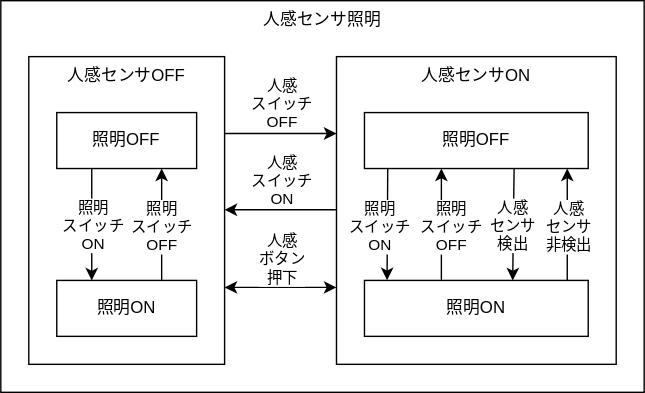
kerikun11/esp32-matter-light keeps this draw.io diagram as diagram.drawio.svg. Above is the earlier version. Source tidied: cells renumbered, new cells last; positions are measured from the earlier drawing's top-left corner, leaving out a move shared by most shapes.
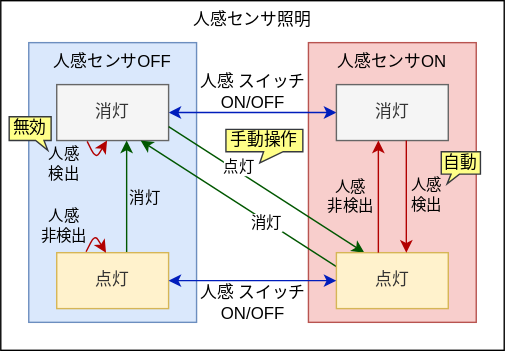
The same diagram one commit later.

The edit, as a diff of the source:
```diff
@@ -3,112 +3,127 @@
     <mxCell id="0" />
     <mxCell id="1" parent="0" />
     <mxCell id="2" value="人感センサ照明" style="rounded=0;whiteSpace=wrap;html=1;verticalAlign=top;" parent="1" vertex="1">
-      <mxGeometry width="460" height="280" as="geometry" />
+      <mxGeometry x="20" y="20" width="360" height="250" as="geometry" />
     </mxCell>
-    <mxCell id="3" style="edgeStyle=none;html=1;exitX=1;exitY=0.25;exitDx=0;exitDy=0;entryX=0;entryY=0.25;entryDx=0;entryDy=0;" parent="1" edge="1" source="7" target="10">
-      <mxGeometry relative="1" as="geometry" />
-    </mxCell>
-    <mxCell id="4" value="人感&lt;div&gt;&lt;div&gt;スイッチ&lt;/div&gt;&lt;div&gt;OFF&lt;/div&gt;&lt;/div&gt;" style="edgeLabel;html=1;align=center;verticalAlign=middle;" parent="3" vertex="1">
-      <mxGeometry x="0.27" y="-2" relative="1" as="geometry">
-        <mxPoint x="-11" y="-24" as="offset" />
-      </mxGeometry>
-    </mxCell>
-    <mxCell id="5" style="edgeStyle=none;html=1;exitX=1;exitY=0.75;exitDx=0;exitDy=0;entryX=0;entryY=0.75;entryDx=0;entryDy=0;startArrow=classic;startFill=1;" parent="1" edge="1" source="7" target="10">
-      <mxGeometry relative="1" as="geometry" />
-    </mxCell>
-    <mxCell id="6" value="&lt;span style=&quot;background-color: light-dark(#ffffff, var(--ge-dark-color, #121212));&quot;&gt;&lt;font color=&quot;#000000&quot;&gt;人感&lt;/font&gt;&lt;/span&gt;&lt;div&gt;&lt;span style=&quot;background-color: light-dark(#ffffff, var(--ge-dark-color, #121212));&quot;&gt;ボタン&lt;/span&gt;&lt;/div&gt;&lt;div&gt;&lt;span style=&quot;background-color: light-dark(#ffffff, var(--ge-dark-color, #121212));&quot;&gt;押下&lt;/span&gt;&lt;/div&gt;" style="edgeLabel;html=1;align=center;verticalAlign=middle;" parent="5" vertex="1">
-      <mxGeometry x="0.18" y="-2" relative="1" as="geometry">
-        <mxPoint x="-7" y="-23" as="offset" />
-      </mxGeometry>
-    </mxCell>
-    <mxCell id="7" value="人感センサOFF" style="rounded=0;whiteSpace=wrap;html=1;verticalAlign=top;" parent="1" vertex="1">
-      <mxGeometry x="20" y="40" width="140" height="220" as="geometry" />
+    <mxCell id="7" value="人感センサOFF" style="rounded=0;whiteSpace=wrap;html=1;verticalAlign=top;fillColor=#dae8fc;strokeColor=#6c8ebf;spacing=2;" parent="1" vertex="1">
+      <mxGeometry x="40" y="50" width="120" height="200" as="geometry" />
     </mxCell>
-    <mxCell id="8" style="edgeStyle=none;html=1;exitX=0;exitY=0.75;exitDx=0;exitDy=0;entryX=1;entryY=0.75;entryDx=0;entryDy=0;" parent="1" edge="1">
-      <mxGeometry relative="1" as="geometry">
-        <mxPoint x="240" y="149.5" as="sourcePoint" />
-        <mxPoint x="160" y="149.5" as="targetPoint" />
-      </mxGeometry>
-    </mxCell>
-    <mxCell id="9" value="人感&lt;div&gt;&lt;span style=&quot;background-color: light-dark(#ffffff, var(--ge-dark-color, #121212));&quot;&gt;スイッチ&lt;/span&gt;&lt;/div&gt;&lt;div&gt;&lt;span style=&quot;background-color: light-dark(#ffffff, var(--ge-dark-color, #121212));&quot;&gt;ON&lt;/span&gt;&lt;/div&gt;" style="edgeLabel;html=1;align=center;verticalAlign=middle;" parent="8" vertex="1">
-      <mxGeometry x="-0.01" y="1" relative="1" as="geometry">
-        <mxPoint y="-22" as="offset" />
-      </mxGeometry>
-    </mxCell>
-    <mxCell id="10" value="人感センサON" style="rounded=0;whiteSpace=wrap;html=1;verticalAlign=top;" parent="1" vertex="1">
-      <mxGeometry x="240" y="40" width="200" height="220" as="geometry" />
+    <mxCell id="10" value="人感センサON" style="rounded=0;whiteSpace=wrap;html=1;verticalAlign=top;fillColor=#f8cecc;strokeColor=#b85450;spacing=2;" parent="1" vertex="1">
+      <mxGeometry x="240" y="50" width="120" height="200" as="geometry" />
     </mxCell>
-    <mxCell id="11" style="edgeStyle=none;html=1;exitX=0.25;exitY=1;exitDx=0;exitDy=0;entryX=0.25;entryY=0;entryDx=0;entryDy=0;" parent="1" edge="1" source="13" target="16">
-      <mxGeometry relative="1" as="geometry" />
-    </mxCell>
-    <mxCell id="12" value="照明&lt;div&gt;スイッチ&lt;/div&gt;&lt;div&gt;ON&lt;/div&gt;" style="edgeLabel;html=1;align=center;verticalAlign=middle;labelBackgroundColor=#FFFFFF;" parent="11" vertex="1">
-      <mxGeometry x="-0.12" y="-5" relative="1" as="geometry">
-        <mxPoint x="5" y="5" as="offset" />
-      </mxGeometry>
-    </mxCell>
+    <mxCell id="27" style="edgeStyle=none;html=1;exitX=1;exitY=0.5;exitDx=0;exitDy=0;entryX=0;entryY=0.5;entryDx=0;entryDy=0;fillColor=#0050ef;strokeColor=#001DBC;startArrow=classic;startFill=1;" parent="1" edge="1" source="13" target="19">
+      <mxGeometry relative="1" as="geometry" />
+    </mxCell>
+    <mxCell id="28" value="&lt;span style=&quot;color: rgb(0, 0, 0); font-size: 12px;&quot;&gt;人感&lt;/span&gt;&lt;span style=&quot;font-size: 12px;&quot;&gt;スイッチ&lt;/span&gt;&lt;div style=&quot;font-size: 12px;&quot;&gt;&lt;span style=&quot;&quot;&gt;ON/OFF&lt;/span&gt;&lt;/div&gt;" style="edgeLabel;html=1;align=center;verticalAlign=middle;labelBackgroundColor=none;" parent="27" vertex="1">
+      <mxGeometry x="0.36" y="1" relative="1" as="geometry">
+        <mxPoint x="-22" y="-14" as="offset" />
+      </mxGeometry>
+    </mxCell>
-    <mxCell id="13" value="照明OFF" style="rounded=0;whiteSpace=wrap;html=1;" parent="1" vertex="1">
-      <mxGeometry x="40" y="80" width="100" height="40" as="geometry" />
+    <mxCell id="13" value="&lt;span style=&quot;color: rgb(51, 51, 51);&quot;&gt;消灯&lt;/span&gt;" style="rounded=0;whiteSpace=wrap;html=1;fillColor=#f5f5f5;fontColor=#333333;strokeColor=#666666;" parent="1" vertex="1">
+      <mxGeometry x="60" y="80" width="80" height="40" as="geometry" />
     </mxCell>
-    <mxCell id="14" style="edgeStyle=none;html=1;entryX=0.75;entryY=1;entryDx=0;entryDy=0;exitX=0.75;exitY=0;exitDx=0;exitDy=0;" parent="1" edge="1" source="16" target="13">
-      <mxGeometry relative="1" as="geometry" />
+    <mxCell id="14" style="edgeStyle=none;html=1;entryX=0.75;entryY=1;entryDx=0;entryDy=0;fillColor=#008a00;strokeColor=#005700;exitX=0.75;exitY=0;exitDx=0;exitDy=0;" parent="1" edge="1">
+      <mxGeometry relative="1" as="geometry">
+        <mxPoint x="110" y="200.2" as="sourcePoint" />
+        <mxPoint x="110" y="120" as="targetPoint" />
+      </mxGeometry>
     </mxCell>
-    <mxCell id="15" value="照明&lt;div&gt;スイッチ&lt;/div&gt;&lt;div&gt;OFF&lt;/div&gt;" style="edgeLabel;html=1;align=center;verticalAlign=middle;horizontal=1;textShadow=0;labelBackgroundColor=default;" parent="14" vertex="1">
+    <mxCell id="15" value="消灯" style="edgeLabel;html=1;align=center;verticalAlign=middle;horizontal=1;textShadow=0;labelBackgroundColor=none;" parent="14" vertex="1">
       <mxGeometry x="-0.04" y="-1" relative="1" as="geometry">
-        <mxPoint x="-2" y="-1" as="offset" />
+        <mxPoint x="12" y="-1" as="offset" />
       </mxGeometry>
     </mxCell>
-    <mxCell id="16" value="照明ON" style="rounded=0;whiteSpace=wrap;html=1;" parent="1" vertex="1">
-      <mxGeometry x="40" y="200" width="100" height="40" as="geometry" />
+    <mxCell id="16" value="&lt;span style=&quot;color: rgb(51, 51, 51);&quot;&gt;点灯&lt;/span&gt;" style="rounded=0;whiteSpace=wrap;html=1;fillColor=#fff2cc;strokeColor=#d6b656;" parent="1" vertex="1">
+      <mxGeometry x="60" y="200.2" width="80" height="40" as="geometry" />
     </mxCell>
-    <mxCell id="17" style="edgeStyle=none;html=1;exitX=0.054;exitY=1.008;exitDx=0;exitDy=0;entryX=0.051;entryY=-0.004;entryDx=0;entryDy=0;exitPerimeter=0;entryPerimeter=0;" parent="1" edge="1">
-      <mxGeometry relative="1" as="geometry">
-        <mxPoint x="276.6" y="120.3" as="sourcePoint" />
-        <mxPoint x="276.2" y="199.8" as="targetPoint" />
-      </mxGeometry>
+    <mxCell id="17" style="edgeStyle=none;html=1;exitX=1;exitY=0.75;exitDx=0;exitDy=0;entryX=0.25;entryY=0;entryDx=0;entryDy=0;fillColor=#008a00;strokeColor=#005700;" parent="1" edge="1" source="13" target="22">
+      <mxGeometry relative="1" as="geometry" />
     </mxCell>
-    <mxCell id="18" value="照明&lt;div&gt;スイッチ&lt;/div&gt;&lt;div&gt;ON&lt;/div&gt;" style="edgeLabel;html=1;align=center;verticalAlign=middle;labelBackgroundColor=default;" parent="17" vertex="1">
+    <mxCell id="18" value="点灯" style="edgeLabel;html=1;align=center;verticalAlign=middle;labelBackgroundColor=default;" parent="17" vertex="1">
       <mxGeometry x="-0.12" y="-5" relative="1" as="geometry">
-        <mxPoint x="-1" y="6" as="offset" />
+        <mxPoint x="-9" y="-15" as="offset" />
       </mxGeometry>
     </mxCell>
-    <mxCell id="19" value="照明OFF" style="rounded=0;whiteSpace=wrap;html=1;" parent="1" vertex="1">
-      <mxGeometry x="260" y="80" width="160" height="40" as="geometry" />
+    <mxCell id="19" value="消灯" style="rounded=0;whiteSpace=wrap;html=1;fillColor=#f5f5f5;fontColor=#333333;strokeColor=#666666;" parent="1" vertex="1">
+      <mxGeometry x="260" y="80" width="80" height="40" as="geometry" />
     </mxCell>
-    <mxCell id="20" style="edgeStyle=none;html=1;entryX=0.25;entryY=1;entryDx=0;entryDy=0;exitX=0.25;exitY=0;exitDx=0;exitDy=0;" parent="1" edge="1">
-      <mxGeometry relative="1" as="geometry">
-        <mxPoint x="315" y="200" as="sourcePoint" />
-        <mxPoint x="315" y="120" as="targetPoint" />
-      </mxGeometry>
+    <mxCell id="20" style="edgeStyle=none;html=1;entryX=0.75;entryY=1;entryDx=0;entryDy=0;exitX=0;exitY=0.25;exitDx=0;exitDy=0;fillColor=#008a00;strokeColor=#005700;" parent="1" edge="1" source="22" target="13">
+      <mxGeometry relative="1" as="geometry" />
     </mxCell>
-    <mxCell id="21" value="照明&lt;div&gt;スイッチ&lt;/div&gt;&lt;div&gt;OFF&lt;/div&gt;" style="edgeLabel;html=1;align=center;verticalAlign=middle;horizontal=1;textShadow=0;labelBackgroundColor=default;" parent="20" vertex="1">
+    <mxCell id="21" value="消灯" style="edgeLabel;html=1;align=center;verticalAlign=middle;horizontal=1;textShadow=0;labelBackgroundColor=default;" parent="20" vertex="1">
       <mxGeometry x="-0.04" y="-1" relative="1" as="geometry">
-        <mxPoint x="5" y="-1" as="offset" />
+        <mxPoint x="17" y="13" as="offset" />
       </mxGeometry>
     </mxCell>
-    <mxCell id="22" value="照明ON" style="rounded=0;whiteSpace=wrap;html=1;" parent="1" vertex="1">
-      <mxGeometry x="260" y="200" width="160" height="40" as="geometry" />
+    <mxCell id="22" value="&lt;span style=&quot;color: rgb(51, 51, 51);&quot;&gt;点灯&lt;/span&gt;" style="rounded=0;whiteSpace=wrap;html=1;fillColor=#fff2cc;strokeColor=#d6b656;" parent="1" vertex="1">
+      <mxGeometry x="260" y="200.2" width="80" height="40" as="geometry" />
     </mxCell>
-    <mxCell id="23" style="edgeStyle=none;html=1;exitX=0.054;exitY=1.008;exitDx=0;exitDy=0;entryX=0.051;entryY=-0.004;entryDx=0;entryDy=0;exitPerimeter=0;entryPerimeter=0;" parent="1" edge="1">
+    <mxCell id="23" style="edgeStyle=none;html=1;exitX=0.5;exitY=1;exitDx=0;exitDy=0;fillColor=#e51400;strokeColor=#B20000;entryX=0.5;entryY=0;entryDx=0;entryDy=0;" parent="1" edge="1">
       <mxGeometry relative="1" as="geometry">
-        <mxPoint x="367" y="120" as="sourcePoint" />
-        <mxPoint x="366" y="200" as="targetPoint" />
+        <mxPoint x="310" y="120" as="sourcePoint" />
+        <mxPoint x="310" y="200.2" as="targetPoint" />
       </mxGeometry>
     </mxCell>
-    <mxCell id="24" value="人感&lt;div&gt;センサ&lt;/div&gt;&lt;div&gt;検出&lt;/div&gt;" style="edgeLabel;html=1;align=center;verticalAlign=middle;labelBackgroundColor=default;" parent="23" vertex="1">
+    <mxCell id="24" value="人感&lt;div&gt;検出&lt;/div&gt;" style="edgeLabel;html=1;align=center;verticalAlign=middle;labelBackgroundColor=none;" parent="23" vertex="1">
       <mxGeometry x="-0.12" y="-5" relative="1" as="geometry">
-        <mxPoint x="4" y="6" as="offset" />
+        <mxPoint x="19" y="4" as="offset" />
       </mxGeometry>
     </mxCell>
-    <mxCell id="25" style="edgeStyle=none;html=1;entryX=0.25;entryY=1;entryDx=0;entryDy=0;exitX=0.25;exitY=0;exitDx=0;exitDy=0;" parent="1" edge="1">
+    <mxCell id="25" style="edgeStyle=none;html=1;entryX=0.75;entryY=1;entryDx=0;entryDy=0;exitX=0.75;exitY=0;exitDx=0;exitDy=0;fillColor=#e51400;strokeColor=#B20000;" parent="1" edge="1">
       <mxGeometry relative="1" as="geometry">
-        <mxPoint x="405" y="200" as="sourcePoint" />
-        <mxPoint x="405" y="120" as="targetPoint" />
+        <mxPoint x="290" y="200.2" as="sourcePoint" />
+        <mxPoint x="290" y="120" as="targetPoint" />
       </mxGeometry>
     </mxCell>
-    <mxCell id="26" value="&lt;span style=&quot;color: rgb(0, 0, 0);&quot;&gt;人感&lt;/span&gt;&lt;div&gt;センサ&lt;/div&gt;&lt;div&gt;非検出&lt;/div&gt;" style="edgeLabel;html=1;align=center;verticalAlign=middle;horizontal=1;textShadow=0;labelBackgroundColor=default;" parent="25" vertex="1">
+    <mxCell id="26" value="&lt;span style=&quot;color: rgb(0, 0, 0);&quot;&gt;人感&lt;/span&gt;&lt;div&gt;&lt;span style=&quot;background-color: transparent;&quot;&gt;非検出&lt;/span&gt;&lt;/div&gt;" style="edgeLabel;html=1;align=center;verticalAlign=middle;horizontal=1;textShadow=0;labelBackgroundColor=none;" parent="25" vertex="1">
       <mxGeometry x="-0.04" y="-1" relative="1" as="geometry">
-        <mxPoint x="-1" y="-1" as="offset" />
+        <mxPoint x="-21" y="-2" as="offset" />
       </mxGeometry>
     </mxCell>
+    <mxCell id="29" style="edgeStyle=none;html=1;entryX=0.25;entryY=1;entryDx=0;entryDy=0;exitX=0.072;exitY=1.016;exitDx=0;exitDy=0;exitPerimeter=0;fillColor=#e51400;strokeColor=#B20000;" parent="1" edge="1">
+      <mxGeometry relative="1" as="geometry">
+        <mxPoint x="81.8" y="120.6" as="sourcePoint" />
+        <mxPoint x="96" y="120" as="targetPoint" />
+        <Array as="points">
+          <mxPoint x="88" y="133" />
+        </Array>
+      </mxGeometry>
+    </mxCell>
+    <mxCell id="30" value="&lt;span style=&quot;color: rgb(0, 0, 0);&quot;&gt;人感&lt;/span&gt;&lt;div&gt;&lt;div style=&quot;&quot;&gt;&lt;span style=&quot;background-color: transparent;&quot;&gt;検出&lt;/span&gt;&lt;/div&gt;&lt;/div&gt;" style="edgeLabel;html=1;align=center;verticalAlign=middle;labelBackgroundColor=none;" parent="29" vertex="1">
+      <mxGeometry x="-0.44" y="-1" relative="1" as="geometry">
+        <mxPoint x="-20" y="9" as="offset" />
+      </mxGeometry>
+    </mxCell>
+    <mxCell id="31" style="edgeStyle=none;html=1;entryX=0.25;entryY=1;entryDx=0;entryDy=0;exitX=0.072;exitY=1.016;exitDx=0;exitDy=0;exitPerimeter=0;fillColor=#e51400;strokeColor=#B20000;" parent="1" edge="1">
+      <mxGeometry relative="1" as="geometry">
+        <mxPoint x="81" y="199.6" as="sourcePoint" />
+        <mxPoint x="95.2" y="200.2" as="targetPoint" />
+        <Array as="points">
+          <mxPoint x="87.2" y="187.2" />
+        </Array>
+      </mxGeometry>
+    </mxCell>
+    <mxCell id="32" value="&lt;span style=&quot;color: rgb(0, 0, 0);&quot;&gt;人感&lt;/span&gt;&lt;div&gt;&lt;div style=&quot;&quot;&gt;非検出&lt;/div&gt;&lt;/div&gt;" style="edgeLabel;html=1;align=center;verticalAlign=middle;labelBackgroundColor=none;" parent="31" vertex="1">
+      <mxGeometry x="0.38" y="-1" relative="1" as="geometry">
+        <mxPoint x="-25" y="-12" as="offset" />
+      </mxGeometry>
+    </mxCell>
+    <mxCell id="33" value="無効" style="shape=callout;whiteSpace=wrap;html=1;perimeter=calloutPerimeter;position2=0.92;base=6;size=7;position=0.63;fillColor=#ffff88;strokeColor=#36393d;" parent="1" vertex="1">
+      <mxGeometry x="26" y="103" width="30" height="24" as="geometry" />
+    </mxCell>
+    <mxCell id="34" value="手動操作" style="shape=callout;whiteSpace=wrap;html=1;perimeter=calloutPerimeter;position2=0.44;base=14;size=8;position=0.49;fillColor=#ffff88;strokeColor=#36393d;" parent="1" vertex="1">
+      <mxGeometry x="181" y="112" width="55" height="24" as="geometry" />
+    </mxCell>
+    <mxCell id="35" style="edgeStyle=none;html=1;exitX=1;exitY=0.5;exitDx=0;exitDy=0;entryX=0;entryY=0.5;entryDx=0;entryDy=0;fillColor=#0050ef;strokeColor=#001DBC;startArrow=classic;startFill=1;" parent="1" edge="1" source="16" target="22">
+      <mxGeometry relative="1" as="geometry" />
+    </mxCell>
+    <mxCell id="36" value="&lt;span style=&quot;color: rgb(0, 0, 0); font-size: 12px;&quot;&gt;人感&lt;/span&gt;&lt;span style=&quot;font-size: 12px;&quot;&gt;スイッチ&lt;/span&gt;&lt;div style=&quot;font-size: 12px;&quot;&gt;&lt;span style=&quot;&quot;&gt;ON/OFF&lt;/span&gt;&lt;/div&gt;" style="edgeLabel;html=1;align=center;verticalAlign=middle;labelBackgroundColor=none;" parent="35" vertex="1">
+      <mxGeometry x="0.36" y="1" relative="1" as="geometry">
+        <mxPoint x="-22" y="17" as="offset" />
+      </mxGeometry>
+    </mxCell>
+    <mxCell id="37" value="自動" style="shape=callout;whiteSpace=wrap;html=1;perimeter=calloutPerimeter;position2=0.15;base=6;size=7;position=0.25;fillColor=#ffff88;strokeColor=#36393d;" parent="1" vertex="1">
+      <mxGeometry x="335" y="128" width="28" height="23" as="geometry" />
+    </mxCell>
   </root>
 </mxGraphModel>
```
